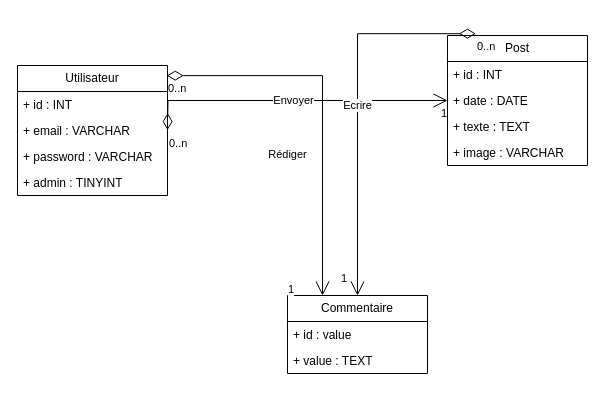
The draw.io diagram documentation/Dossier Projet/graph.drawio in GloireDianzenza/ProjetFinal, before the edit. Source tidied: cells renumbered, new cells numbered last; positions are measured from the earlier drawing's top-left corner, leaving out a move shared by most shapes. Both pictures are drawn from the tidied source at 100%, with x=0, y=0 at pixel (17, 35).
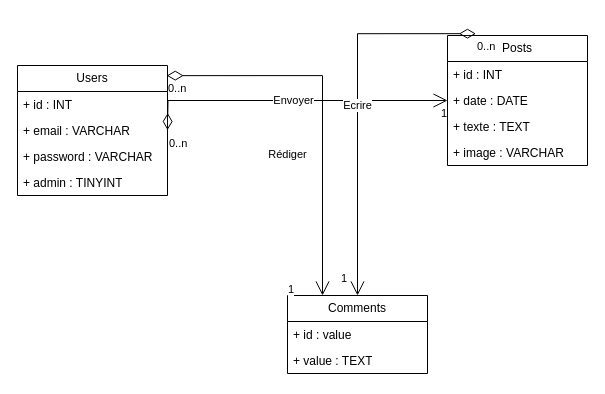
After the change.

Change to the diagram source:
```diff
@@
-    <mxCell id="2" value="Utilisateur" style="swimlane;fontStyle=0;horizontal=1;startSize=26;fillColor=none;whiteSpace=wrap;html=1;" parent="1" vertex="1">
+    <mxCell id="2" value="Users" style="swimlane;fontStyle=0;horizontal=1;startSize=26;fillColor=none;whiteSpace=wrap;html=1;" parent="1" vertex="1">
       <mxGeometry y="30" width="150" height="130" as="geometry" />
     </mxCell>
@@
-    <mxCell id="7" value="Post" style="swimlane;fontStyle=0;horizontal=1;startSize=26;fillColor=none;whiteSpace=wrap;html=1;" parent="1" vertex="1">
+    <mxCell id="7" value="Posts" style="swimlane;fontStyle=0;horizontal=1;startSize=26;fillColor=none;whiteSpace=wrap;html=1;" parent="1" vertex="1">
       <mxGeometry x="430" width="140" height="130" as="geometry" />
     </mxCell>
@@
-    <mxCell id="12" value="Commentaire" style="swimlane;fontStyle=0;horizontal=1;startSize=26;fillColor=none;whiteSpace=wrap;html=1;" parent="1" vertex="1">
+    <mxCell id="12" value="Comments" style="swimlane;fontStyle=0;horizontal=1;startSize=26;fillColor=none;whiteSpace=wrap;html=1;" parent="1" vertex="1">
       <mxGeometry x="270" y="260" width="140" height="78" as="geometry" />
     </mxCell>
```
